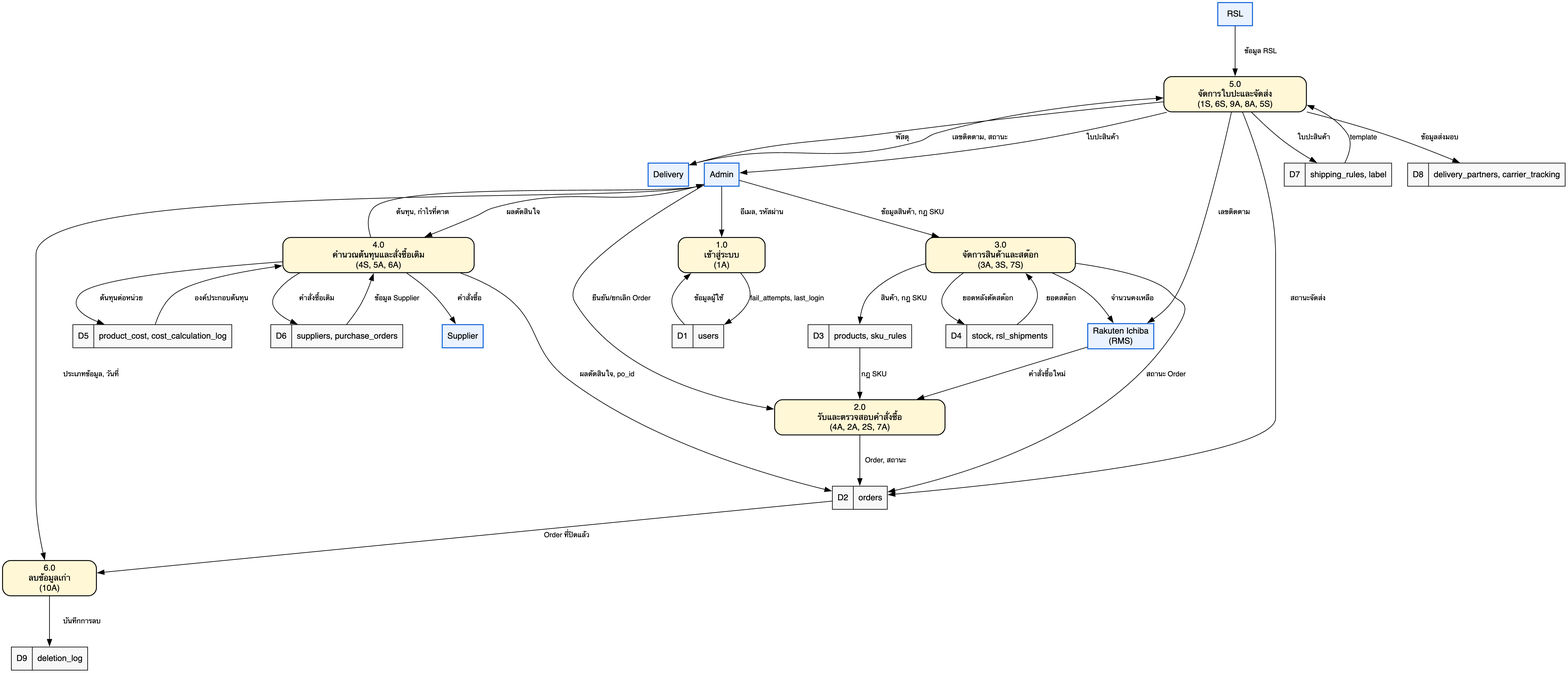
Before: 04-chapter2-diagrams-database/diagrams/png/dfd-level0.png, a diagram exported from Graphviz (xbpkdi/321-sa-proj). Its source is kept beside it as 04-chapter2-diagrams-database/diagrams/src/dfd-level0.dot.
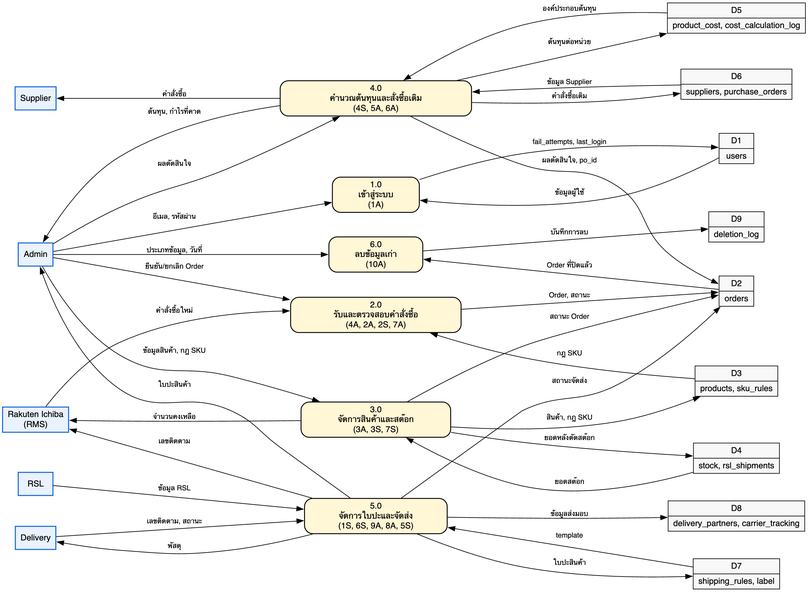
Later version of the same file.

The edit, as a diff of the source:
```diff
@@ -1,5 +1,5 @@
 digraph DFD1 {
-  rankdir=TB; nodesep=0.35; ranksep=0.9; node [fontname="Helvetica", fontsize=13]; edge [fontname="Helvetica", fontsize=11];
+  rankdir=LR; nodesep=0.45; ranksep=2.2; node [fontname="Helvetica", fontsize=13]; edge [fontname="Helvetica", fontsize=11];
   Admin [shape=box, style=filled, fillcolor="#e9f2fe", color="#1868db", penwidth=1.6, label="Admin"]; RMS [shape=box, style=filled, fillcolor="#e9f2fe", color="#1868db", penwidth=1.6, label="Rakuten Ichiba\n(RMS)"]; RSL [shape=box, style=filled, fillcolor="#e9f2fe", color="#1868db", penwidth=1.6, label="RSL"];
   Delivery [shape=box, style=filled, fillcolor="#e9f2fe", color="#1868db", penwidth=1.6, label="Delivery"]; Supplier [shape=box, style=filled, fillcolor="#e9f2fe", color="#1868db", penwidth=1.6, label="Supplier"];
   P1 [shape=box, style="rounded,filled", fillcolor="#fff7d6", penwidth=1.4, label="1.0\nเข้าสู่ระบบ\n(1A)"];
@@ -12,6 +12,7 @@
   D4 [shape=record, style=filled, fillcolor="#f8f8f8", label="D4 | stock, rsl_shipments"]; D5 [shape=record, style=filled, fillcolor="#f8f8f8", label="D5 | product_cost, cost_calculation_log"];
   D6 [shape=record, style=filled, fillcolor="#f8f8f8", label="D6 | suppliers, purchase_orders"]; D7 [shape=record, style=filled, fillcolor="#f8f8f8", label="D7 | shipping_rules, label"];
   D8 [shape=record, style=filled, fillcolor="#f8f8f8", label="D8 | delivery_partners, carrier_tracking"]; D9 [shape=record, style=filled, fillcolor="#f8f8f8", label="D9 | deletion_log"];
+  {rank=min; Admin; RMS; RSL; Delivery; Supplier} {rank=same; P1; P2; P3; P4; P5; P6} {rank=max; D1; D2; D3; D4; D5; D6; D7; D8; D9}
   Admin -> P1 [label="อีเมล, รหัสผ่าน"]; P1 -> D1 [label="fail_attempts, last_login"]; D1 -> P1 [label="ข้อมูลผู้ใช้"];
   RMS -> P2 [label="คำสั่งซื้อใหม่"]; Admin -> P2 [label="ยืนยัน/ยกเลิก Order"]; P2 -> D2 [label="Order, สถานะ"];
   D3 -> P2 [label="กฎ SKU"];
```
